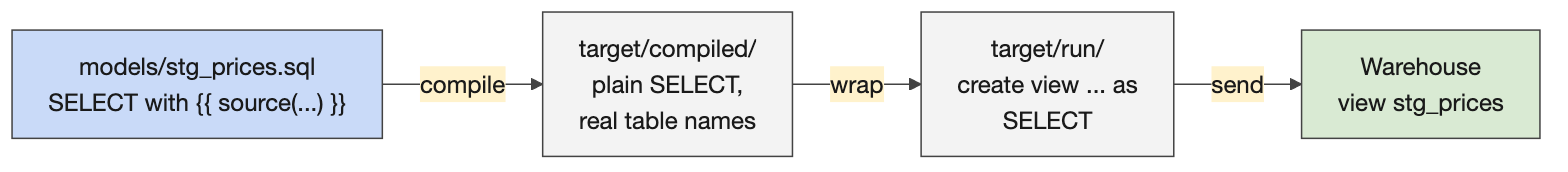
Above: courseware/common/diagrams/png/d3-compile.png in reachusama-decoded/cg-dxp (Mermaid), before the change. Its source is kept beside it as courseware/common/diagrams/src/d3-compile.mmd.
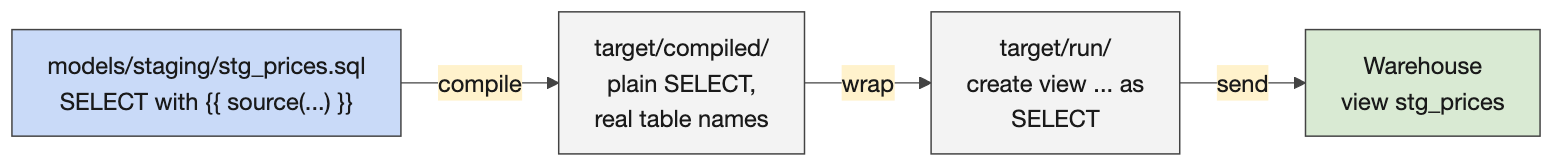
After the change.

What changed in the source:
```diff
@@ -1,5 +1,5 @@
 flowchart LR
-  A["models/stg_prices.sql<br/>SELECT with {{ source(...) }}"] -->|compile| B["target/compiled/<br/>plain SELECT,<br/>real table names"]
+  A["models/staging/stg_prices.sql<br/>SELECT with {{ source(...) }}"] -->|compile| B["target/compiled/<br/>plain SELECT,<br/>real table names"]
   B -->|wrap| C["target/run/<br/>create view ... as<br/>SELECT"]
   C -->|send| D["Warehouse<br/>view stg_prices"]
   class A blue
```
